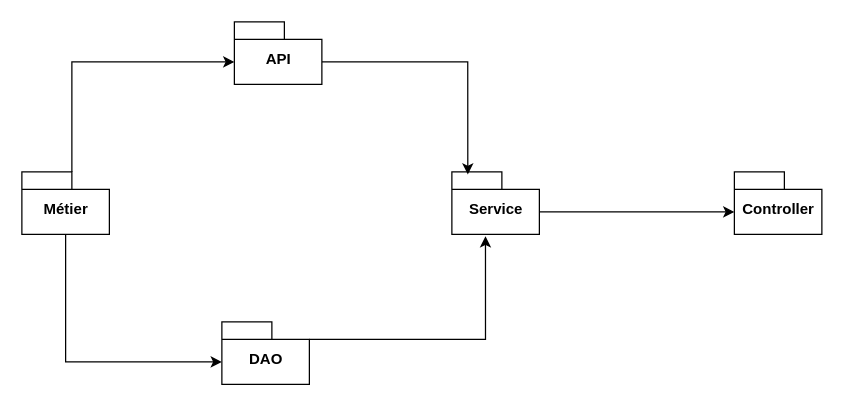
Earlier version of the draw.io diagram diagrammes/diagramme_package.drawio (TheAIWizard/Ensaeats). Source tidied: cells renumbered, new cells numbered last; positions are measured from the earlier drawing's top-left corner, leaving out a move shared by most shapes. Both pictures are drawn from the tidied source at 125%, with x=0, y=0 at pixel (21, 21).
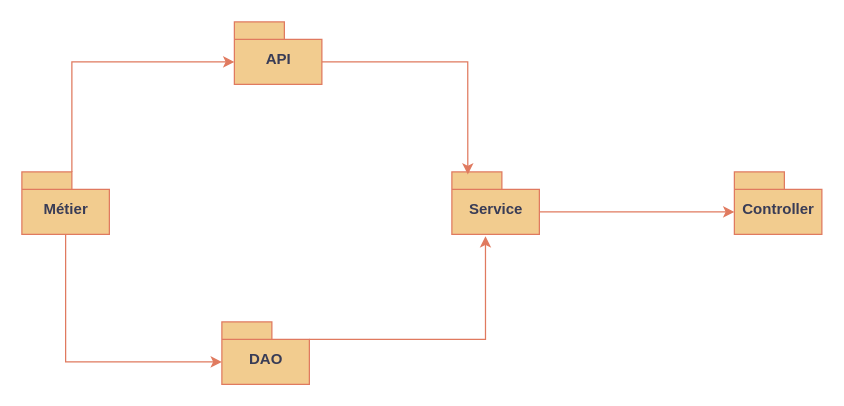
The same page after the edit.

Diff of the diagram source:
```diff
@@
 <mxGraphModel>
   <root>
     <mxCell id="0" />
     <mxCell id="1" parent="0" />
-    <mxCell id="2" style="edgeStyle=orthogonalEdgeStyle;rounded=0;jettySize=auto;html=1;exitX=0;exitY=0;exitDx=70;exitDy=32;exitPerimeter=0;entryX=0;entryY=0;entryDx=0;entryDy=32;entryPerimeter=0;" parent="1" edge="1" source="3" target="9">
+    <mxCell id="2" style="edgeStyle=orthogonalEdgeStyle;rounded=0;jettySize=auto;html=1;exitX=0;exitY=0;exitDx=70;exitDy=32;exitPerimeter=0;entryX=0;entryY=0;entryDx=0;entryDy=32;entryPerimeter=0;labelBackgroundColor=#F4F1DE;strokeColor=#E07A5F;fontColor=#393C56;" parent="1" edge="1" source="3" target="9">
       <mxGeometry relative="1" as="geometry" />
     </mxCell>
-    <mxCell id="3" value="Service" style="shape=folder;fontStyle=1;spacingTop=10;tabWidth=40;tabHeight=14;tabPosition=left;html=1;" parent="1" vertex="1">
+    <mxCell id="3" value="Service" style="shape=folder;fontStyle=1;spacingTop=10;tabWidth=40;tabHeight=14;tabPosition=left;html=1;fillColor=#F2CC8F;strokeColor=#E07A5F;fontColor=#393C56;" parent="1" vertex="1">
       <mxGeometry x="344" y="120" width="70" height="50" as="geometry" />
     </mxCell>
-    <mxCell id="4" style="edgeStyle=orthogonalEdgeStyle;rounded=0;jettySize=auto;html=1;exitX=0;exitY=0;exitDx=70;exitDy=32;exitPerimeter=0;entryX=0.182;entryY=0.041;entryDx=0;entryDy=0;entryPerimeter=0;" parent="1" edge="1" source="5" target="3">
+    <mxCell id="4" style="edgeStyle=orthogonalEdgeStyle;rounded=0;jettySize=auto;html=1;exitX=0;exitY=0;exitDx=70;exitDy=32;exitPerimeter=0;entryX=0.182;entryY=0.041;entryDx=0;entryDy=0;entryPerimeter=0;labelBackgroundColor=#F4F1DE;strokeColor=#E07A5F;fontColor=#393C56;" parent="1" edge="1" source="5" target="3">
       <mxGeometry relative="1" as="geometry">
         <Array as="points">
           <mxPoint x="357" y="32" />
         </Array>
       </mxGeometry>
     </mxCell>
-    <mxCell id="5" value="API" style="shape=folder;fontStyle=1;spacingTop=10;tabWidth=40;tabHeight=14;tabPosition=left;html=1;" parent="1" vertex="1">
+    <mxCell id="5" value="API" style="shape=folder;fontStyle=1;spacingTop=10;tabWidth=40;tabHeight=14;tabPosition=left;html=1;fillColor=#F2CC8F;strokeColor=#E07A5F;fontColor=#393C56;" parent="1" vertex="1">
       <mxGeometry x="170" width="70" height="50" as="geometry" />
     </mxCell>
-    <mxCell id="6" style="edgeStyle=orthogonalEdgeStyle;rounded=0;jettySize=auto;html=1;exitX=0;exitY=0;exitDx=40;exitDy=0;exitPerimeter=0;entryX=0;entryY=0;entryDx=0;entryDy=32;entryPerimeter=0;" parent="1" edge="1" source="8" target="5">
+    <mxCell id="6" style="edgeStyle=orthogonalEdgeStyle;rounded=0;jettySize=auto;html=1;exitX=0;exitY=0;exitDx=40;exitDy=0;exitPerimeter=0;entryX=0;entryY=0;entryDx=0;entryDy=32;entryPerimeter=0;labelBackgroundColor=#F4F1DE;strokeColor=#E07A5F;fontColor=#393C56;" parent="1" edge="1" source="8" target="5">
       <mxGeometry relative="1" as="geometry" />
     </mxCell>
-    <mxCell id="7" style="edgeStyle=orthogonalEdgeStyle;rounded=0;jettySize=auto;html=1;exitX=0.5;exitY=1;exitDx=0;exitDy=0;exitPerimeter=0;entryX=0;entryY=0;entryDx=0;entryDy=32;entryPerimeter=0;" parent="1" edge="1" source="8" target="11">
+    <mxCell id="7" style="edgeStyle=orthogonalEdgeStyle;rounded=0;jettySize=auto;html=1;exitX=0.5;exitY=1;exitDx=0;exitDy=0;exitPerimeter=0;entryX=0;entryY=0;entryDx=0;entryDy=32;entryPerimeter=0;labelBackgroundColor=#F4F1DE;strokeColor=#E07A5F;fontColor=#393C56;" parent="1" edge="1" source="8" target="11">
       <mxGeometry relative="1" as="geometry" />
     </mxCell>
-    <mxCell id="8" value="Métier" style="shape=folder;fontStyle=1;spacingTop=10;tabWidth=40;tabHeight=14;tabPosition=left;html=1;" parent="1" vertex="1">
+    <mxCell id="8" value="Métier" style="shape=folder;fontStyle=1;spacingTop=10;tabWidth=40;tabHeight=14;tabPosition=left;html=1;fillColor=#F2CC8F;strokeColor=#E07A5F;fontColor=#393C56;" parent="1" vertex="1">
       <mxGeometry y="120" width="70" height="50" as="geometry" />
     </mxCell>
-    <mxCell id="9" value="Controller" style="shape=folder;fontStyle=1;spacingTop=10;tabWidth=40;tabHeight=14;tabPosition=left;html=1;" parent="1" vertex="1">
+    <mxCell id="9" value="Controller" style="shape=folder;fontStyle=1;spacingTop=10;tabWidth=40;tabHeight=14;tabPosition=left;html=1;fillColor=#F2CC8F;strokeColor=#E07A5F;fontColor=#393C56;" parent="1" vertex="1">
       <mxGeometry x="570" y="120" width="70" height="50" as="geometry" />
     </mxCell>
-    <mxCell id="10" style="edgeStyle=orthogonalEdgeStyle;rounded=0;jettySize=auto;html=1;exitX=0;exitY=0;exitDx=70;exitDy=14;exitPerimeter=0;entryX=0.384;entryY=1.029;entryDx=0;entryDy=0;entryPerimeter=0;" parent="1" edge="1" source="11" target="3">
+    <mxCell id="10" style="edgeStyle=orthogonalEdgeStyle;rounded=0;jettySize=auto;html=1;exitX=0;exitY=0;exitDx=70;exitDy=14;exitPerimeter=0;entryX=0.384;entryY=1.029;entryDx=0;entryDy=0;entryPerimeter=0;labelBackgroundColor=#F4F1DE;strokeColor=#E07A5F;fontColor=#393C56;" parent="1" edge="1" source="11" target="3">
       <mxGeometry relative="1" as="geometry" />
     </mxCell>
-    <mxCell id="11" value="DAO" style="shape=folder;fontStyle=1;spacingTop=10;tabWidth=40;tabHeight=14;tabPosition=left;html=1;" parent="1" vertex="1">
+    <mxCell id="11" value="DAO" style="shape=folder;fontStyle=1;spacingTop=10;tabWidth=40;tabHeight=14;tabPosition=left;html=1;fillColor=#F2CC8F;strokeColor=#E07A5F;fontColor=#393C56;" parent="1" vertex="1">
       <mxGeometry x="160" y="240" width="70" height="50" as="geometry" />
     </mxCell>
   </root>
 </mxGraphModel>
```
